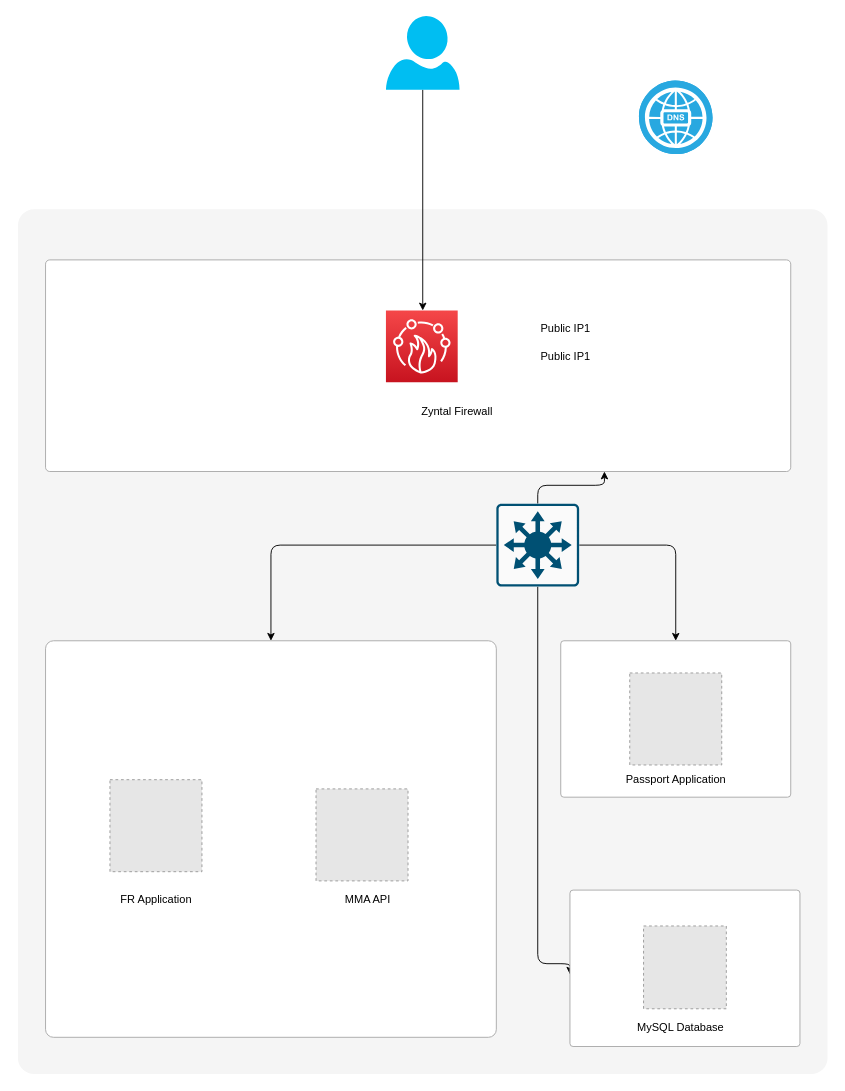
The draw.io diagram IBAppliationArch.drawio in sanjeevsenapati/iamsanjeev, before the edit. Source tidied: cells renumbered, new cells numbered last; positions are measured from the earlier drawing's top-left corner, leaving out a move shared by most shapes. Both pictures are drawn from the tidied source at 92%, with x=0, y=0 at pixel (17, 16). Pictures stored in the file or linked from it are replaced by grey dashed boxes.
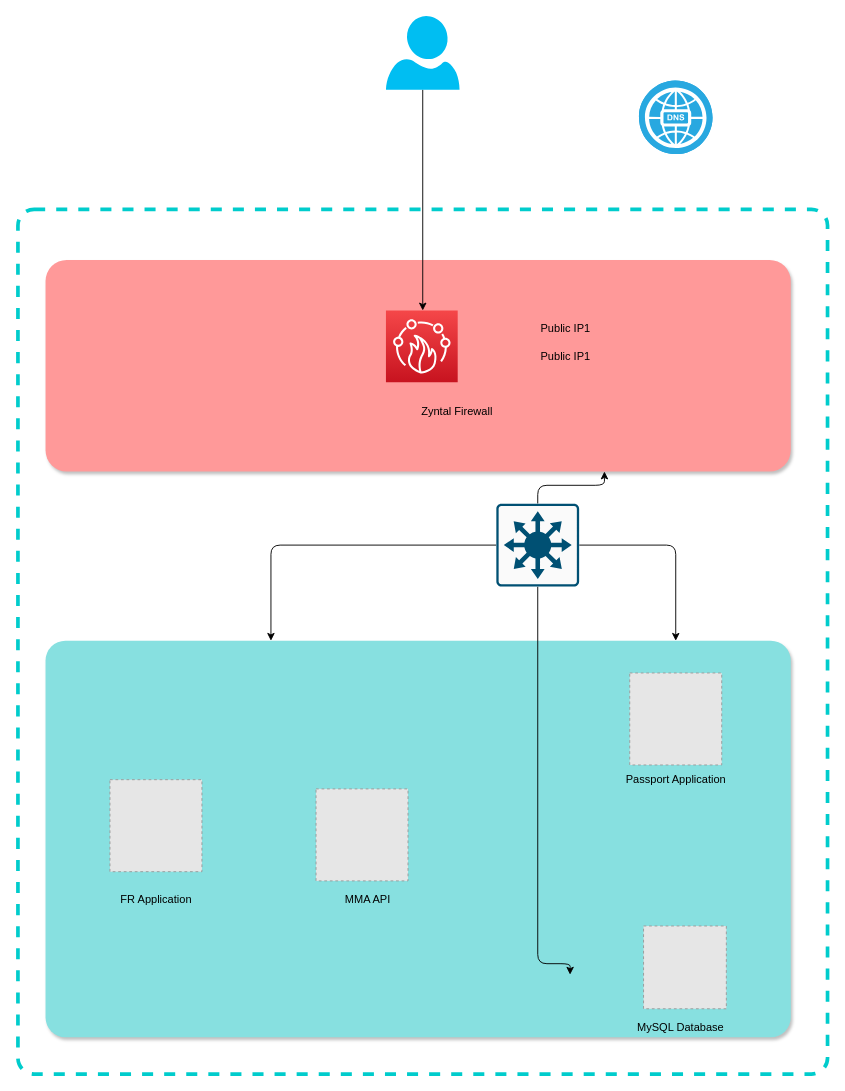
The same page after the edit.

Unchanged cells that the change refers to:
```xml
<mxCell id="13" style="points=[[0.015,0.015,0],[0.985,0.015,0],[0.985,0.985,0],[0.015,0.985,0],[0.25,0,0],[0.5,0,0],[0.75,0,0],[1,0.25,0],[1,0.5,0],[1,0.75,0],[0.75,1,0],[0.5,1,0],[0.25,1,0],[0,0.75,0],[0,0.5,0],[0,0.25,0]];verticalLabelPosition=bottom;html=1;verticalAlign=top;align=center;shape=mxgraph.cisco19.rect;prIcon=l3_switch;fillColor=#FAFAFA;strokeColor=#005073;" parent="1" vertex="1">
  <mxGeometry x="520" y="530" width="90" height="90" as="geometry" />
</mxCell>
```

Diff of the diagram source:
```diff
@@
-    <mxCell id="2" style="rounded=1;whiteSpace=wrap;html=1;arcSize=2;fillColor=#f5f5f5;fontColor=#333333;strokeColor=none;" parent="1" vertex="1">
+    <mxCell id="2" style="rounded=1;whiteSpace=wrap;html=1;arcSize=2;fontColor=#333333;dashed=1;strokeWidth=4;strokeColor=#00CCCC;" parent="1" vertex="1">
       <mxGeometry y="210" width="880" height="940" as="geometry" />
     </mxCell>
-    <mxCell id="3" style="rounded=1;whiteSpace=wrap;html=1;arcSize=2;strokeColor=#A8A8A8;" parent="1" vertex="1">
+    <mxCell id="3" style="rounded=1;whiteSpace=wrap;html=1;arcSize=10;shadow=1;strokeColor=none;fillColor=#FF9999;" parent="1" vertex="1">
       <mxGeometry x="30" y="265" width="810" height="230" as="geometry" />
     </mxCell>
@@
-    <mxCell id="8" style="rounded=1;whiteSpace=wrap;html=1;arcSize=2;strokeColor=#A8A8A8;" parent="1" vertex="1">
-      <mxGeometry x="30" y="679" width="490" height="431" as="geometry" />
+    <mxCell id="8" style="rounded=1;whiteSpace=wrap;html=1;arcSize=5;fillColor=#87E0E0;shadow=1;strokeColor=none;" parent="1" vertex="1">
+      <mxGeometry x="30" y="679" width="810" height="431" as="geometry" />
     </mxCell>
-    <mxCell id="9" style="edgeStyle=orthogonalEdgeStyle;rounded=1;jettySize=auto;html=1;entryX=0.5;entryY=0;entryDx=0;entryDy=0;" parent="1" edge="1" source="13" target="17">
+    <mxCell id="9" style="edgeStyle=orthogonalEdgeStyle;rounded=1;jettySize=auto;html=1;entryX=0.5;entryY=0;entryDx=0;entryDy=0;" parent="1" edge="1" source="13">
       <mxGeometry relative="1" as="geometry">
+        <mxPoint x="715" y="679" as="targetPoint" />
         <Array as="points">
           <mxPoint x="715" y="575" />
         </Array>
       </mxGeometry>
     </mxCell>
@@
-    <mxCell id="16" style="rounded=1;whiteSpace=wrap;html=1;arcSize=2;strokeColor=#A8A8A8;" parent="1" vertex="1">
-      <mxGeometry x="600" y="950" width="250" height="170" as="geometry" />
-    </mxCell>
-    <mxCell id="17" style="rounded=1;whiteSpace=wrap;html=1;arcSize=2;strokeColor=#A8A8A8;" parent="1" vertex="1">
-      <mxGeometry x="590" y="679" width="250" height="170" as="geometry" />
-    </mxCell>
```
